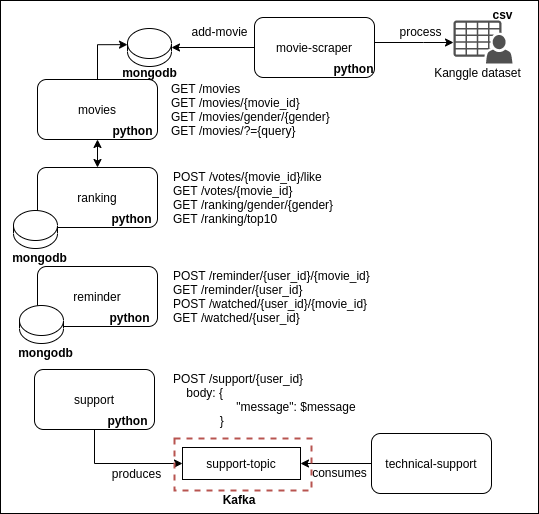
Before: assets/architecture.png, a diagram exported from draw.io (victoramsantos/netflix-backend). Source tidied: cells renumbered, new cells last; positions are measured from the earlier drawing's top-left corner, leaving out a move shared by most shapes.
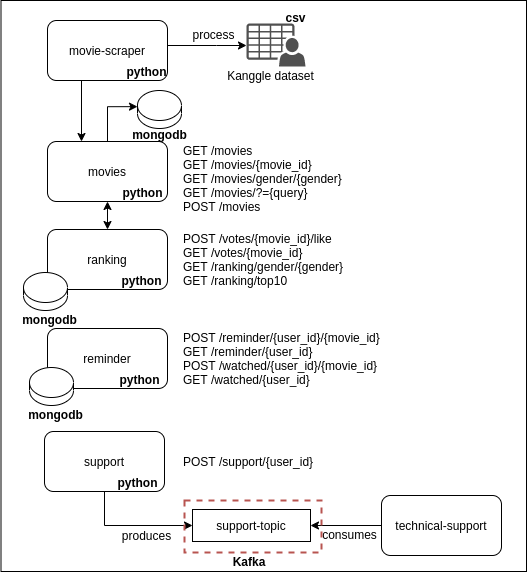
The same file after the commit.

Diff of the diagram source:
```diff
@@ -3,7 +3,7 @@
     <mxCell id="0" />
     <mxCell id="1" parent="0" />
     <mxCell id="2" style="rounded=0;whiteSpace=wrap;html=1;strokeWidth=1;fillColor=none;" parent="1" vertex="1">
-      <mxGeometry width="538" height="513" as="geometry" />
+      <mxGeometry x="-9.5" y="-62" width="525.5" height="571" as="geometry" />
     </mxCell>
     <mxCell id="3" value="ranking" style="rounded=1;whiteSpace=wrap;html=1;" parent="1" vertex="1">
       <mxGeometry x="37" y="167" width="120" height="60" as="geometry" />
@@ -53,25 +53,27 @@
     <mxCell id="15" style="shape=cylinder2;whiteSpace=wrap;html=1;boundedLbl=1;backgroundOutline=1;size=15;strokeWidth=1;fillColor=none;" parent="1" vertex="1">
       <mxGeometry x="127" y="28" width="44" height="38" as="geometry" />
     </mxCell>
-    <mxCell id="16" style="edgeStyle=orthogonalEdgeStyle;rounded=0;jettySize=auto;html=1;" parent="1" edge="1" source="18" target="15">
-      <mxGeometry relative="1" as="geometry" />
+    <mxCell id="16" style="edgeStyle=orthogonalEdgeStyle;rounded=0;jettySize=auto;html=1;" parent="1" edge="1" source="18">
+      <mxGeometry relative="1" as="geometry">
+        <mxPoint x="71" y="79" as="targetPoint" />
+        <Array as="points">
+          <mxPoint x="71" y="79" />
+        </Array>
+      </mxGeometry>
     </mxCell>
     <mxCell id="17" style="edgeStyle=orthogonalEdgeStyle;rounded=0;jettySize=auto;html=1;startArrow=none;startFill=0;endArrow=classic;endFill=1;" parent="1" edge="1" source="18" target="24">
       <mxGeometry relative="1" as="geometry">
         <Array as="points">
-          <mxPoint x="423" y="42" />
-          <mxPoint x="423" y="42" />
+          <mxPoint x="206" y="-17" />
+          <mxPoint x="206" y="-17" />
         </Array>
       </mxGeometry>
     </mxCell>
     <mxCell id="18" value="movie-scraper" style="rounded=1;whiteSpace=wrap;html=1;" parent="1" vertex="1">
-      <mxGeometry x="254" y="17" width="120" height="60" as="geometry" />
+      <mxGeometry x="37" y="-42" width="120" height="60" as="geometry" />
     </mxCell>
-    <mxCell id="19" value="add-movie" style="text;html=1;align=center;verticalAlign=middle;" parent="1" vertex="1">
-      <mxGeometry x="186" y="22" width="66" height="18" as="geometry" />
-    </mxCell>
-    <mxCell id="20" value="GET /movies&lt;br&gt;GET /movies/{movie_id}&lt;br&gt;GET /movies/gender/{gender}&lt;br&gt;GET /movies/?={query}" style="text;html=1;align=left;verticalAlign=middle;" parent="1" vertex="1">
-      <mxGeometry x="169" y="79" width="169" height="60" as="geometry" />
+    <mxCell id="20" value="GET /movies&lt;br&gt;GET /movies/{movie_id}&lt;br&gt;GET /movies/gender/{gender}&lt;br&gt;GET /movies/?={query}&lt;br&gt;POST /movies" style="text;html=1;align=left;verticalAlign=middle;" parent="1" vertex="1">
+      <mxGeometry x="171" y="79" width="169" height="74" as="geometry" />
     </mxCell>
     <mxCell id="21" value="POST /votes/{movie_id}/like&lt;br&gt;&lt;div&gt;&lt;span&gt;GET /votes/{movie_id}&lt;br&gt;&lt;/span&gt;GET /ranking/gender/{gender}&lt;br&gt;GET /ranking/top10&lt;span&gt;&lt;br&gt;&lt;/span&gt;&lt;/div&gt;" style="text;html=1;align=left;verticalAlign=middle;" parent="1" vertex="1">
       <mxGeometry x="171" y="167" width="170" height="60" as="geometry" />
@@ -83,16 +85,16 @@
       <mxGeometry x="171" y="266" width="207" height="60" as="geometry" />
     </mxCell>
     <mxCell id="24" style="shadow=0;dashed=0;html=1;strokeColor=none;fillColor=#505050;labelPosition=center;verticalLabelPosition=bottom;verticalAlign=top;outlineConnect=0;align=center;shape=mxgraph.office.users.csv_file;" parent="1" vertex="1">
-      <mxGeometry x="453" y="20" width="59" height="43" as="geometry" />
+      <mxGeometry x="236" y="-39" width="59" height="43" as="geometry" />
     </mxCell>
     <mxCell id="25" value="Kanggle dataset" style="text;html=1;align=center;verticalAlign=middle;" parent="1" vertex="1">
-      <mxGeometry x="428" y="63" width="97" height="18" as="geometry" />
+      <mxGeometry x="211" y="4" width="97" height="18" as="geometry" />
     </mxCell>
     <mxCell id="26" value="process" style="text;html=1;align=center;verticalAlign=middle;" parent="1" vertex="1">
-      <mxGeometry x="394" y="22" width="52" height="18" as="geometry" />
+      <mxGeometry x="177" y="-37" width="52" height="18" as="geometry" />
     </mxCell>
-    <mxCell id="27" value="POST /support/{user_id}&lt;br&gt;&amp;nbsp; &amp;nbsp; body: {&lt;br&gt;&amp;nbsp; &amp;nbsp; &amp;nbsp; &amp;nbsp; &amp;nbsp; &amp;nbsp; &amp;nbsp; &amp;nbsp; &amp;nbsp; &amp;nbsp;&quot;message&quot;: $message&lt;br&gt;&amp;nbsp; &amp;nbsp; &amp;nbsp; &amp;nbsp; &amp;nbsp; &amp;nbsp; &amp;nbsp; }" style="text;html=1;align=left;verticalAlign=middle;" parent="1" vertex="1">
-      <mxGeometry x="171" y="369" width="193" height="60" as="geometry" />
+    <mxCell id="27" value="POST /support/{user_id}" style="text;html=1;align=left;verticalAlign=middle;" parent="1" vertex="1">
+      <mxGeometry x="171" y="390" width="140" height="18" as="geometry" />
     </mxCell>
     <mxCell id="28" value="mongodb" style="text;html=1;align=center;verticalAlign=middle;fontStyle=1;" parent="1" vertex="1">
       <mxGeometry x="12" y="343" width="65" height="18" as="geometry" />
@@ -122,10 +124,10 @@
       <mxGeometry x="107" y="121" width="50" height="18" as="geometry" />
     </mxCell>
     <mxCell id="37" value="python" style="text;html=1;align=center;verticalAlign=middle;fontStyle=1;" parent="1" vertex="1">
-      <mxGeometry x="328" y="59" width="50" height="18" as="geometry" />
+      <mxGeometry x="111" width="50" height="18" as="geometry" />
     </mxCell>
     <mxCell id="38" value="csv" style="text;html=1;align=center;verticalAlign=middle;fontStyle=1;" parent="1" vertex="1">
-      <mxGeometry x="487" y="5" width="30" height="18" as="geometry" />
+      <mxGeometry x="270" y="-54" width="30" height="18" as="geometry" />
     </mxCell>
     <mxCell id="39" value="mongodb" style="text;html=1;align=center;verticalAlign=middle;fontStyle=1;" parent="1" vertex="1">
       <mxGeometry x="116.5" y="63" width="65" height="18" as="geometry" />
```
